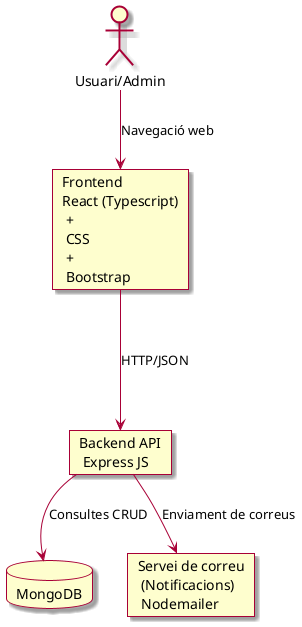
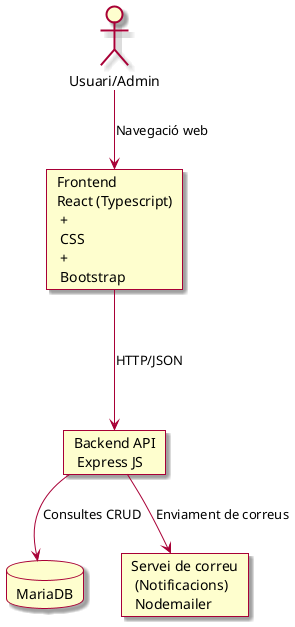
@startuml

skin rose

actor "Usuari/Admin"

card "Frontend\nReact (Typescript)\n +\n CSS\n +\n Bootstrap"

card "Backend API\n Express JS"

- database "MongoDB"
+ database "MariaDB"

card "Servei de correu\n (Notificacions)\n Nodemailer"

"Usuari/Admin" --> "Frontend\nReact (Typescript)\n +\n CSS\n +\n Bootstrap" : Navegació web

"Frontend\nReact (Typescript)\n +\n CSS\n +\n Bootstrap" ---> "Backend API\n Express JS" : HTTP/JSON

- "Backend API\n Express JS" --> "MongoDB" : Consultes CRUD
+ "Backend API\n Express JS" --> "MariaDB" : Consultes CRUD

"Backend API\n Express JS" --> "Servei de correu\n (Notificacions)\n Nodemailer" : Enviament de correus

@enduml